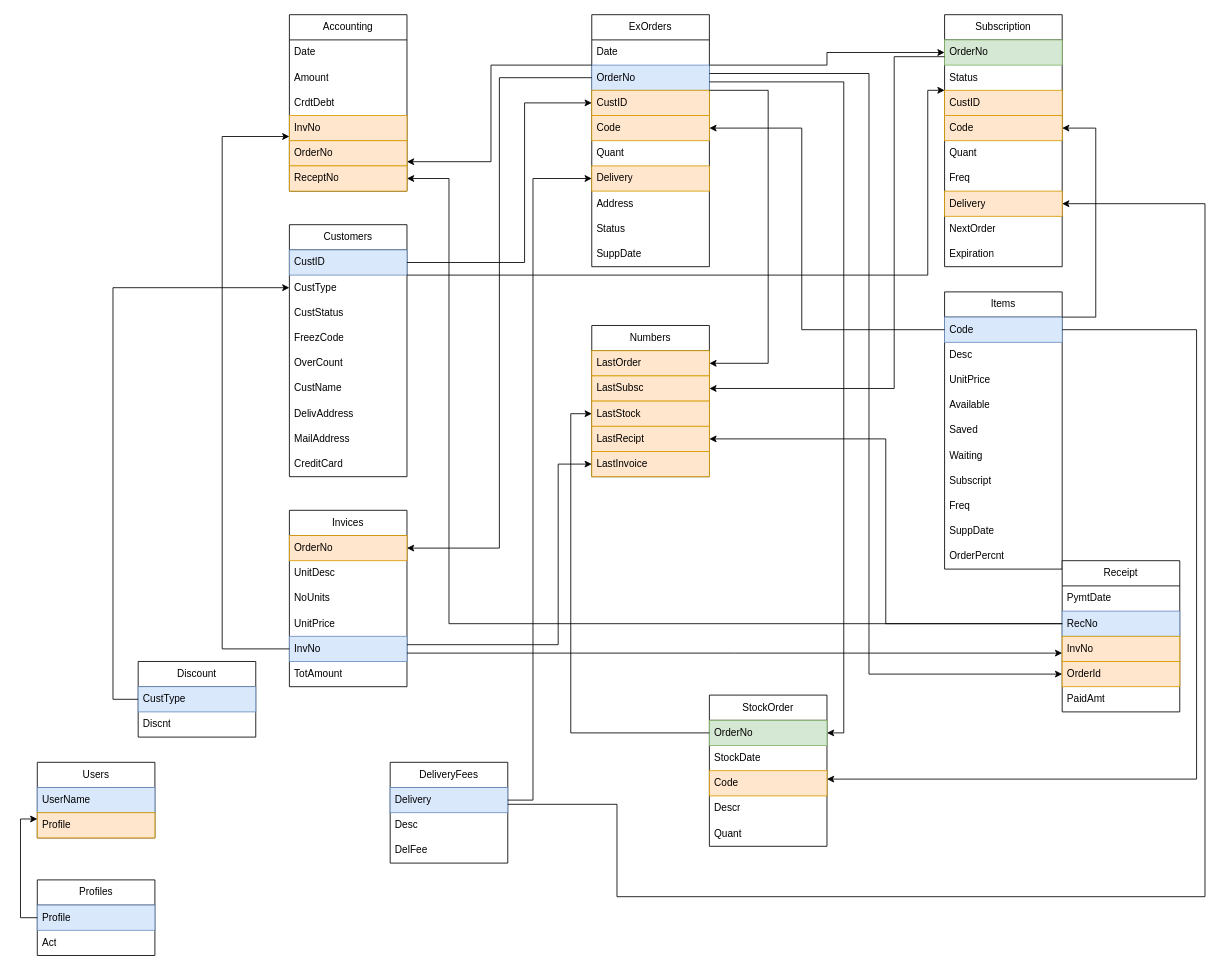
Before: Projects/SQL/Project1WarehouseManagement/WarehouseManagementSQLProject.drawio in shalev396/Iitc, a draw.io diagram. Source tidied: cells renumbered, new cells numbered last; positions are measured from the earlier drawing's top-left corner, leaving out a move shared by most shapes. Both pictures are drawn from the tidied source at 84%, with x=0, y=0 at pixel (37, 14).
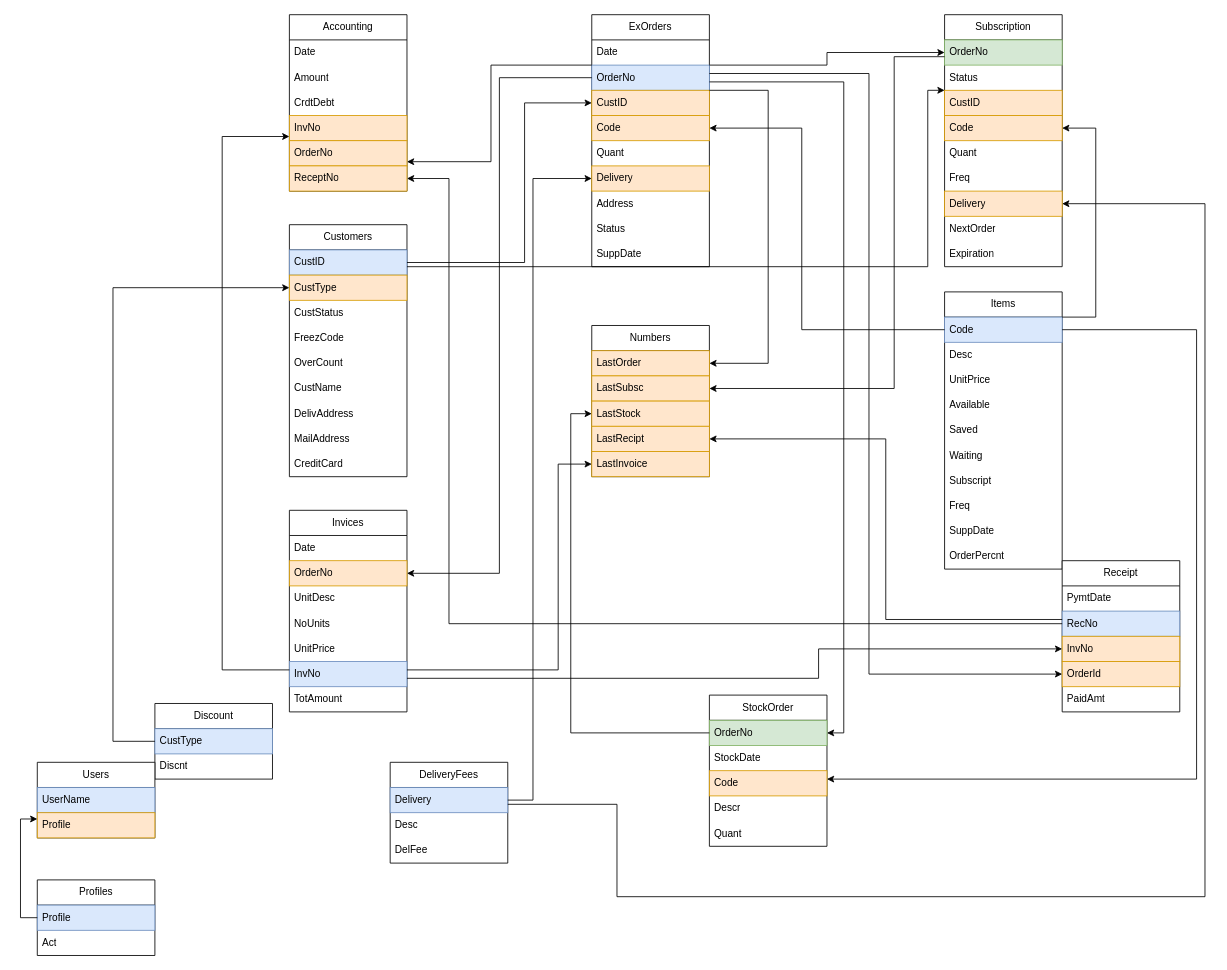
The same diagram, later.

The change refers to these unchanged cells:
```xml
<mxCell id="33" value="CustID" style="text;strokeColor=#d79b00;fillColor=#ffe6cc;align=left;verticalAlign=middle;spacingLeft=4;spacingRight=4;overflow=hidden;points=[[0,0.5],[1,0.5]];portConstraint=eastwest;whiteSpace=wrap;html=1;" parent="30" vertex="1">
  <mxGeometry y="90" width="140" height="30" as="geometry" />
</mxCell>
<mxCell id="40" value="Customers" style="swimlane;fontStyle=0;horizontal=1;startSize=30;whiteSpace=wrap;html=1;" parent="1" vertex="1">
  <mxGeometry x="300" y="250" width="140" height="300" as="geometry" />
</mxCell>
<mxCell id="41" value="CustID" style="text;strokeColor=#6c8ebf;fillColor=#dae8fc;align=left;verticalAlign=middle;spacingLeft=4;spacingRight=4;overflow=hidden;points=[[0,0.5],[1,0.5]];portConstraint=eastwest;whiteSpace=wrap;html=1;" parent="40" vertex="1">
  <mxGeometry y="30" width="140" height="30" as="geometry" />
</mxCell>
<mxCell id="52" value="RecNo" style="text;strokeColor=#6c8ebf;fillColor=#dae8fc;align=left;verticalAlign=middle;spacingLeft=4;spacingRight=4;overflow=hidden;points=[[0,0.5],[1,0.5]];portConstraint=eastwest;whiteSpace=wrap;html=1;" parent="50" vertex="1">
  <mxGeometry y="60" width="140" height="30" as="geometry" />
</mxCell>
<mxCell id="53" value="InvNo" style="text;strokeColor=#d79b00;fillColor=#ffe6cc;align=left;verticalAlign=middle;spacingLeft=4;spacingRight=4;overflow=hidden;points=[[0,0.5],[1,0.5]];portConstraint=eastwest;whiteSpace=wrap;html=1;" parent="50" vertex="1">
  <mxGeometry y="90" width="140" height="30" as="geometry" />
</mxCell>
<mxCell id="60" value="InvNo" style="text;strokeColor=#d79b00;fillColor=#ffe6cc;align=left;verticalAlign=middle;spacingLeft=4;spacingRight=4;overflow=hidden;points=[[0,0.5],[1,0.5]];portConstraint=eastwest;whiteSpace=wrap;html=1;" parent="56" vertex="1">
  <mxGeometry y="120" width="140" height="30" as="geometry" />
</mxCell>
<mxCell id="74" value="CustType" style="text;strokeColor=#6c8ebf;fillColor=#dae8fc;align=left;verticalAlign=middle;spacingLeft=4;spacingRight=4;overflow=hidden;points=[[0,0.5],[1,0.5]];portConstraint=eastwest;whiteSpace=wrap;html=1;" parent="73" vertex="1">
  <mxGeometry y="30" width="140" height="30" as="geometry" />
</mxCell>
<mxCell id="80" value="LastRecipt" style="text;strokeColor=#d79b00;fillColor=#ffe6cc;align=left;verticalAlign=middle;spacingLeft=4;spacingRight=4;overflow=hidden;points=[[0,0.5],[1,0.5]];portConstraint=eastwest;whiteSpace=wrap;html=1;" parent="76" vertex="1">
  <mxGeometry y="120" width="140" height="30" as="geometry" />
</mxCell>
<mxCell id="81" value="LastInvoice" style="text;strokeColor=#d79b00;fillColor=#ffe6cc;align=left;verticalAlign=middle;spacingLeft=4;spacingRight=4;overflow=hidden;points=[[0,0.5],[1,0.5]];portConstraint=eastwest;whiteSpace=wrap;html=1;" parent="76" vertex="1">
  <mxGeometry y="150" width="140" height="30" as="geometry" />
</mxCell>
```

Diff of the diagram source:
```diff
@@
     <mxCell id="23" value="Invices" style="swimlane;fontStyle=0;horizontal=1;startSize=30;whiteSpace=wrap;html=1;" parent="1" vertex="1">
-      <mxGeometry x="300" y="590" width="140" height="210" as="geometry" />
+      <mxGeometry x="300" y="590" width="140" height="240" as="geometry" />
     </mxCell>
+    <mxCell id="110" value="Date" style="text;align=left;verticalAlign=middle;spacingLeft=4;spacingRight=4;overflow=hidden;whiteSpace=wrap;html=1;" parent="23" vertex="1">
+      <mxGeometry y="30" width="140" height="30" as="geometry" />
+    </mxCell>
     <mxCell id="24" value="OrderNo" style="text;strokeColor=#d79b00;fillColor=#ffe6cc;align=left;verticalAlign=middle;spacingLeft=4;spacingRight=4;overflow=hidden;points=[[0,0.5],[1,0.5]];portConstraint=eastwest;whiteSpace=wrap;html=1;" parent="23" vertex="1">
-      <mxGeometry y="30" width="140" height="30" as="geometry" />
+      <mxGeometry y="60" width="140" height="30" as="geometry" />
     </mxCell>
     <mxCell id="25" value="UnitDesc" style="text;strokeColor=none;fillColor=none;align=left;verticalAlign=middle;spacingLeft=4;spacingRight=4;overflow=hidden;whiteSpace=wrap;html=1;" parent="23" vertex="1">
-      <mxGeometry y="60" width="140" height="30" as="geometry" />
+      <mxGeometry y="90" width="140" height="30" as="geometry" />
     </mxCell>
     <mxCell id="26" value="NoUnits" style="text;strokeColor=none;fillColor=none;align=left;verticalAlign=middle;spacingLeft=4;spacingRight=4;overflow=hidden;whiteSpace=wrap;html=1;" parent="23" vertex="1">
-      <mxGeometry y="90" width="140" height="30" as="geometry" />
+      <mxGeometry y="120" width="140" height="30" as="geometry" />
     </mxCell>
     <mxCell id="27" value="UnitPrice" style="text;strokeColor=none;fillColor=none;align=left;verticalAlign=middle;spacingLeft=4;spacingRight=4;overflow=hidden;whiteSpace=wrap;html=1;" parent="23" vertex="1">
-      <mxGeometry y="120" width="140" height="30" as="geometry" />
+      <mxGeometry y="150" width="140" height="30" as="geometry" />
     </mxCell>
     <mxCell id="28" value="InvNo" style="text;strokeColor=#6c8ebf;fillColor=#dae8fc;align=left;verticalAlign=middle;spacingLeft=4;spacingRight=4;overflow=hidden;points=[[0,0.5],[1,0.5]];portConstraint=eastwest;whiteSpace=wrap;html=1;" parent="23" vertex="1">
-      <mxGeometry y="150" width="140" height="30" as="geometry" />
+      <mxGeometry y="180" width="140" height="30" as="geometry" />
     </mxCell>
     <mxCell id="29" value="TotAmount" style="text;strokeColor=none;fillColor=none;align=left;verticalAlign=middle;spacingLeft=4;spacingRight=4;overflow=hidden;whiteSpace=wrap;html=1;" parent="23" vertex="1">
-      <mxGeometry y="180" width="140" height="30" as="geometry" />
+      <mxGeometry y="210" width="140" height="30" as="geometry" />
     </mxCell>
@@
-    <mxCell id="42" value="CustType" style="text;strokeColor=none;fillColor=none;align=left;verticalAlign=middle;spacingLeft=4;spacingRight=4;overflow=hidden;points=[[0,0.5],[1,0.5]];portConstraint=eastwest;whiteSpace=wrap;html=1;" parent="40" vertex="1">
+    <mxCell id="42" value="CustType" style="text;strokeColor=#d79b00;fillColor=#ffe6cc;align=left;verticalAlign=middle;spacingLeft=4;spacingRight=4;overflow=hidden;points=[[0,0.5],[1,0.5]];portConstraint=eastwest;whiteSpace=wrap;html=1;" parent="40" vertex="1">
       <mxGeometry y="60" width="140" height="30" as="geometry" />
     </mxCell>
@@
     <mxCell id="73" value="Discount" style="swimlane;fontStyle=0;horizontal=1;startSize=30;whiteSpace=wrap;html=1;" parent="1" vertex="1">
-      <mxGeometry x="120" y="770" width="140" height="90" as="geometry" />
+      <mxGeometry x="139.9" y="820" width="140" height="90" as="geometry" />
     </mxCell>
@@
     <mxCell id="97" style="edgeStyle=orthogonalEdgeStyle;rounded=0;jettySize=auto;html=1;" parent="1" edge="1" source="28" target="60">
       <mxGeometry relative="1" as="geometry">
         <Array as="points">
-          <mxPoint x="220" y="755" />
+          <mxPoint x="220" y="780" />
           <mxPoint x="220" y="145" />
         </Array>
       </mxGeometry>
     </mxCell>
     <mxCell id="98" style="edgeStyle=orthogonalEdgeStyle;rounded=0;jettySize=auto;html=1;" parent="1" edge="1" source="28" target="81">
       <mxGeometry relative="1" as="geometry">
         <Array as="points">
-          <mxPoint x="620" y="750" />
+          <mxPoint x="620" y="780" />
           <mxPoint x="620" y="535" />
         </Array>
       </mxGeometry>
     </mxCell>
@@
     <mxCell id="100" style="edgeStyle=orthogonalEdgeStyle;rounded=0;jettySize=auto;html=1;" parent="1" edge="1" source="41" target="33">
       <mxGeometry relative="1" as="geometry">
         <Array as="points">
-          <mxPoint x="1060" y="310" />
+          <mxPoint x="1060" y="300" />
           <mxPoint x="1060" y="90" />
         </Array>
       </mxGeometry>
     </mxCell>
     <mxCell id="101" style="edgeStyle=orthogonalEdgeStyle;rounded=0;jettySize=auto;html=1;" parent="1" edge="1" source="28" target="53">
       <mxGeometry relative="1" as="geometry">
         <Array as="points">
-          <mxPoint x="830" y="760" />
-          <mxPoint x="830" y="760" />
+          <mxPoint x="930" y="790" />
+          <mxPoint x="930" y="755" />
         </Array>
       </mxGeometry>
     </mxCell>
@@
     <mxCell id="103" style="edgeStyle=orthogonalEdgeStyle;rounded=0;jettySize=auto;html=1;" parent="1" edge="1" source="74" target="42">
       <mxGeometry relative="1" as="geometry">
         <Array as="points">
-          <mxPoint x="90" y="815" />
+          <mxPoint x="90" y="865" />
           <mxPoint x="90" y="325" />
         </Array>
       </mxGeometry>
     </mxCell>
@@
     <mxCell id="105" style="edgeStyle=orthogonalEdgeStyle;rounded=0;jettySize=auto;html=1;" parent="1" edge="1" source="52" target="80">
-      <mxGeometry relative="1" as="geometry" />
+      <mxGeometry relative="1" as="geometry">
+        <Array as="points">
+          <mxPoint x="1010" y="720" />
+          <mxPoint x="1010" y="505" />
+        </Array>
+      </mxGeometry>
     </mxCell>
```
